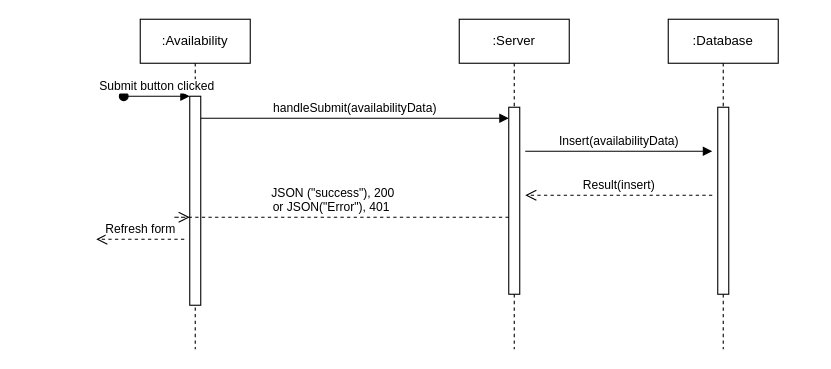
Earlier version of the draw.io diagram ViewAppointments.drawio (azukailonzo/azukailonzo). Source tidied: cells renumbered, new cells numbered last; positions are measured from the earlier drawing's top-left corner, leaving out a move shared by most shapes. Both pictures are drawn from the tidied source at 110%, with x=0, y=0 at pixel (96, 19).
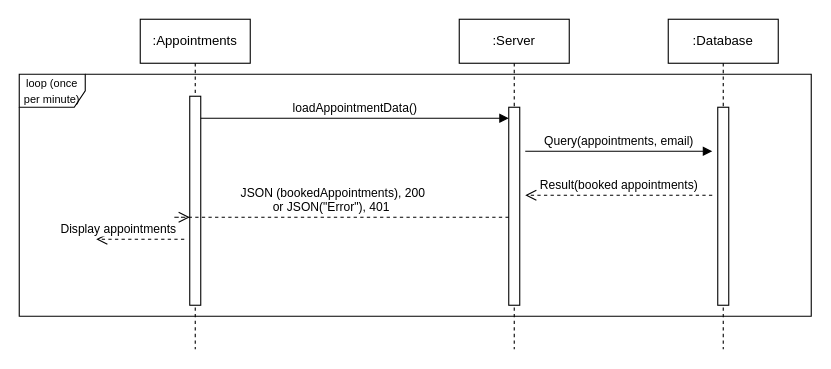
After the change.

The change refers to these unchanged cells:
```xml
<mxCell id="3" style="html=1;points=[];perimeter=orthogonalPerimeter;outlineConnect=0;targetShapes=umlLifeline;portConstraint=eastwest;newEdgeStyle={&quot;edgeStyle&quot;:&quot;elbowEdgeStyle&quot;,&quot;elbow&quot;:&quot;vertical&quot;,&quot;curved&quot;:0,&quot;rounded&quot;:0};" parent="2" vertex="1">
  <mxGeometry x="45" y="70" width="10" height="190" as="geometry" />
</mxCell>
<mxCell id="5" value=":Server" style="shape=umlLifeline;perimeter=lifelinePerimeter;whiteSpace=wrap;html=1;newEdgeStyle={&quot;edgeStyle&quot;:&quot;elbowEdgeStyle&quot;,&quot;elbow&quot;:&quot;vertical&quot;,&quot;curved&quot;:0,&quot;rounded&quot;:0};" parent="1" vertex="1">
  <mxGeometry x="330" width="100" height="300" as="geometry" />
</mxCell>
<mxCell id="9" value=":Database" style="shape=umlLifeline;perimeter=lifelinePerimeter;whiteSpace=wrap;html=1;newEdgeStyle={&quot;edgeStyle&quot;:&quot;elbowEdgeStyle&quot;,&quot;elbow&quot;:&quot;vertical&quot;,&quot;curved&quot;:0,&quot;rounded&quot;:0};" parent="1" vertex="1">
  <mxGeometry x="520" width="100" height="300" as="geometry" />
</mxCell>
```

The edit, as a diff of the source:
```diff
@@
-    <mxCell id="2" value=":Availability" style="shape=umlLifeline;perimeter=lifelinePerimeter;whiteSpace=wrap;html=1;newEdgeStyle={&quot;edgeStyle&quot;:&quot;elbowEdgeStyle&quot;,&quot;elbow&quot;:&quot;vertical&quot;,&quot;curved&quot;:0,&quot;rounded&quot;:0};" parent="1" vertex="1">
+    <mxCell id="2" value=":Appointments" style="shape=umlLifeline;perimeter=lifelinePerimeter;whiteSpace=wrap;html=1;newEdgeStyle={&quot;edgeStyle&quot;:&quot;elbowEdgeStyle&quot;,&quot;elbow&quot;:&quot;vertical&quot;,&quot;curved&quot;:0,&quot;rounded&quot;:0};" parent="1" vertex="1">
       <mxGeometry x="40" width="100" height="300" as="geometry" />
     </mxCell>
@@
-    <mxCell id="4" value="Submit button clicked" style="html=1;verticalAlign=bottom;startArrow=oval;endArrow=block;startSize=8;edgeStyle=elbowEdgeStyle;elbow=vertical;curved=0;rounded=0;" parent="2" edge="1" target="3">
-      <mxGeometry relative="1" as="geometry">
-        <mxPoint x="-15" y="70" as="sourcePoint" />
-      </mxGeometry>
-    </mxCell>
@@
     <mxCell id="6" style="html=1;points=[];perimeter=orthogonalPerimeter;outlineConnect=0;targetShapes=umlLifeline;portConstraint=eastwest;newEdgeStyle={&quot;edgeStyle&quot;:&quot;elbowEdgeStyle&quot;,&quot;elbow&quot;:&quot;vertical&quot;,&quot;curved&quot;:0,&quot;rounded&quot;:0};" parent="5" vertex="1">
-      <mxGeometry x="45" y="80" width="10" height="170" as="geometry" />
+      <mxGeometry x="45" y="80" width="10" height="180" as="geometry" />
     </mxCell>
-    <mxCell id="7" value="handleSubmit(availabilityData)" style="html=1;verticalAlign=bottom;endArrow=block;edgeStyle=elbowEdgeStyle;elbow=vertical;curved=0;rounded=0;" parent="1" edge="1" source="3" target="6">
+    <mxCell id="7" value="loadAppointmentData()" style="html=1;verticalAlign=bottom;endArrow=block;edgeStyle=elbowEdgeStyle;elbow=vertical;curved=0;rounded=0;" parent="1" edge="1" source="3" target="6">
       <mxGeometry relative="1" as="geometry">
         <Array as="points">
           <mxPoint x="120" y="90" />
           <mxPoint x="60" y="120" />
           <mxPoint x="80" y="80" />
         </Array>
       </mxGeometry>
     </mxCell>
-    <mxCell id="8" value="JSON (&quot;success&quot;), 200 &lt;br&gt;or JSON(&quot;Error&quot;), 401&amp;nbsp;" style="html=1;verticalAlign=bottom;endArrow=open;dashed=1;endSize=8;edgeStyle=elbowEdgeStyle;elbow=vertical;curved=0;rounded=0;" parent="1" edge="1" source="6" target="3">
+    <mxCell id="8" value="JSON (bookedAppointments), 200 &lt;br&gt;or JSON(&quot;Error&quot;), 401&amp;nbsp;" style="html=1;verticalAlign=bottom;endArrow=open;dashed=1;endSize=8;edgeStyle=elbowEdgeStyle;elbow=vertical;curved=0;rounded=0;" parent="1" edge="1" source="6" target="3">
       <mxGeometry relative="1" as="geometry">
         <Array as="points">
           <mxPoint x="70" y="180" />
           <mxPoint x="90" y="240" />
         </Array>
       </mxGeometry>
     </mxCell>
@@
     <mxCell id="10" style="html=1;perimeter=orthogonalPerimeter;targetShapes=umlLifeline;newEdgeStyle={&quot;edgeStyle&quot;:&quot;elbowEdgeStyle&quot;,&quot;elbow&quot;:&quot;vertical&quot;,&quot;curved&quot;:0,&quot;rounded&quot;:0};" parent="9" vertex="1">
-      <mxGeometry x="45" y="80" width="10" height="170" as="geometry" />
+      <mxGeometry x="45" y="80" width="10" height="180" as="geometry" />
     </mxCell>
-    <mxCell id="11" value="Insert(availabilityData)" style="html=1;verticalAlign=bottom;endArrow=block;edgeStyle=elbowEdgeStyle;elbow=vertical;curved=0;rounded=0;" parent="1" edge="1">
+    <mxCell id="11" value="Query(appointments, email)" style="html=1;verticalAlign=bottom;endArrow=block;edgeStyle=elbowEdgeStyle;elbow=vertical;curved=0;rounded=0;" parent="1" edge="1">
       <mxGeometry relative="1" as="geometry">
         <mxPoint x="390" y="120" as="sourcePoint" />
         <mxPoint x="560" y="120" as="targetPoint" />
         <Array as="points">
           <mxPoint x="455" y="120" />
           <mxPoint x="475" y="80" />
         </Array>
       </mxGeometry>
     </mxCell>
-    <mxCell id="12" value="Result(insert)" style="html=1;verticalAlign=bottom;endArrow=open;dashed=1;endSize=8;edgeStyle=elbowEdgeStyle;elbow=vertical;curved=0;rounded=0;" parent="1" edge="1">
+    <mxCell id="12" value="Result(booked appointments)" style="html=1;verticalAlign=bottom;endArrow=open;dashed=1;endSize=8;edgeStyle=elbowEdgeStyle;elbow=vertical;curved=0;rounded=0;" parent="1" edge="1">
       <mxGeometry relative="1" as="geometry">
         <mxPoint x="560" y="160" as="sourcePoint" />
         <mxPoint x="390" y="160" as="targetPoint" />
         <Array as="points">
           <mxPoint x="465" y="160" />
           <mxPoint x="485" y="220" />
         </Array>
       </mxGeometry>
     </mxCell>
-    <mxCell id="13" value="Refresh form" style="html=1;verticalAlign=bottom;endArrow=open;dashed=1;endSize=8;edgeStyle=elbowEdgeStyle;elbow=vertical;curved=0;rounded=0;" parent="1" edge="1">
-      <mxGeometry relative="1" as="geometry">
+    <mxCell id="13" value="Display appointments" style="html=1;verticalAlign=bottom;endArrow=open;dashed=1;endSize=8;edgeStyle=elbowEdgeStyle;elbow=vertical;curved=0;rounded=0;" parent="1" edge="1">
+      <mxGeometry x="0.5" relative="1" as="geometry">
         <mxPoint x="80" y="200" as="sourcePoint" />
         <mxPoint y="200" as="targetPoint" />
       </mxGeometry>
     </mxCell>
+    <mxCell id="14" value="&lt;font style=&quot;font-size: 10px;&quot;&gt;loop (once per minute)&lt;/font&gt;" style="shape=umlFrame;whiteSpace=wrap;html=1;" parent="1" vertex="1">
+      <mxGeometry x="-70" y="50" width="720" height="220" as="geometry" />
+    </mxCell>
```
